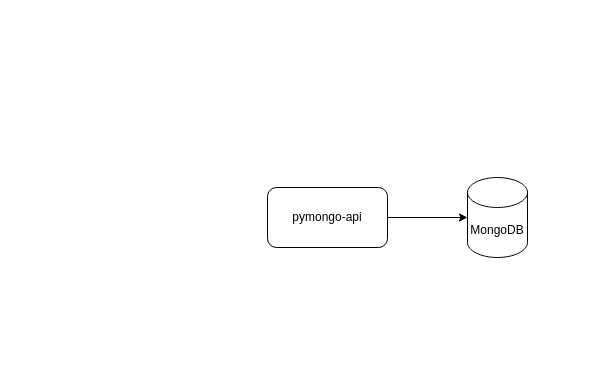
ayakhont/architecture-black_friday keeps this draw.io diagram as docs/task1/first_option.drawio. Above is the earlier version. Source tidied: cells renumbered, new cells numbered last; positions are measured from the earlier drawing's top-left corner, leaving out a move shared by most shapes. Both pictures are drawn from the tidied source at 100%, with x=0, y=0 at pixel (267, 177).
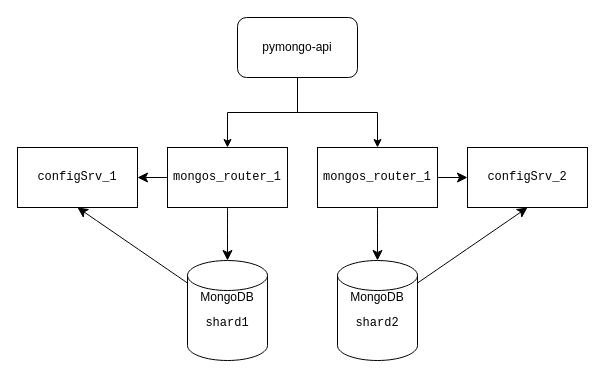
After the change.

What changed in the source:
```diff
@@
 <mxGraphModel>
   <root>
     <mxCell id="0" />
     <mxCell id="1" parent="0" />
+    <mxCell id="5" style="edgeStyle=none;curved=1;rounded=0;jettySize=auto;html=1;entryX=0.5;entryY=1;entryDx=0;entryDy=0;fontSize=12;startSize=8;endSize=8;" parent="1" edge="1" source="2" target="11">
+      <mxGeometry relative="1" as="geometry" />
+    </mxCell>
-    <mxCell id="2" value="MongoDB" style="shape=cylinder3;whiteSpace=wrap;html=1;boundedLbl=1;backgroundOutline=1;size=15;" parent="1" vertex="1">
-      <mxGeometry x="200" width="60" height="80" as="geometry" />
+    <mxCell id="2" value="&lt;div&gt;MongoDB&lt;/div&gt;&lt;div&gt;&lt;pre class=&quot;code-block__code-wrapper&quot;&gt;&lt;code class=&quot;code-block__code bash&quot;&gt;shard1&lt;/code&gt;&lt;/pre&gt;&lt;br&gt;&lt;/div&gt;" style="shape=cylinder3;whiteSpace=wrap;html=1;boundedLbl=1;backgroundOutline=1;size=15;" parent="1" vertex="1">
+      <mxGeometry x="-80" y="83" width="80" height="100" as="geometry" />
     </mxCell>
     <mxCell id="3" value="pymongo-api" style="rounded=1;whiteSpace=wrap;html=1;" parent="1" vertex="1">
-      <mxGeometry y="10" width="120" height="60" as="geometry" />
+      <mxGeometry x="-30" y="-160" width="120" height="60" as="geometry" />
     </mxCell>
-    <mxCell id="4" style="edgeStyle=orthogonalEdgeStyle;rounded=0;jettySize=auto;html=1;exitX=1;exitY=0.5;exitDx=0;exitDy=0;entryX=0;entryY=0.5;entryDx=0;entryDy=0;entryPerimeter=0;" parent="1" edge="1" source="3" target="2">
+    <mxCell id="4" style="edgeStyle=orthogonalEdgeStyle;rounded=0;jettySize=auto;html=1;exitX=0.5;exitY=1;exitDx=0;exitDy=0;entryX=0.5;entryY=0;entryDx=0;entryDy=0;" parent="1" edge="1" source="3" target="7">
       <mxGeometry relative="1" as="geometry" />
     </mxCell>
+    <mxCell id="6" style="edgeStyle=none;curved=1;rounded=0;jettySize=auto;html=1;fontSize=12;startSize=8;endSize=8;" parent="1" edge="1" source="7" target="11">
+      <mxGeometry relative="1" as="geometry" />
+    </mxCell>
+    <mxCell id="7" value="&lt;pre class=&quot;code-block__code-wrapper&quot;&gt;&lt;code class=&quot;code-block__code bash&quot;&gt;mongos_router_1&lt;/code&gt;&lt;/pre&gt;" style="rounded=0;whiteSpace=wrap;html=1;" parent="1" vertex="1">
+      <mxGeometry x="-100" y="-30" width="120" height="60" as="geometry" />
+    </mxCell>
+    <mxCell id="8" style="edgeStyle=none;curved=1;rounded=0;jettySize=auto;html=1;fontSize=12;startSize=8;endSize=8;" parent="1" edge="1" source="9" target="12">
+      <mxGeometry relative="1" as="geometry" />
+    </mxCell>
+    <mxCell id="9" value="&lt;pre class=&quot;code-block__code-wrapper&quot;&gt;&lt;code class=&quot;code-block__code bash&quot;&gt;mongos_router_1&lt;/code&gt;&lt;/pre&gt;" style="rounded=0;whiteSpace=wrap;html=1;" parent="1" vertex="1">
+      <mxGeometry x="50" y="-30" width="120" height="60" as="geometry" />
+    </mxCell>
+    <mxCell id="10" style="edgeStyle=orthogonalEdgeStyle;rounded=0;jettySize=auto;html=1;exitX=0.5;exitY=1;exitDx=0;exitDy=0;" parent="1" edge="1" source="3" target="9">
+      <mxGeometry relative="1" as="geometry" />
+    </mxCell>
+    <mxCell id="11" value="&lt;pre class=&quot;code-block__code-wrapper&quot;&gt;&lt;code class=&quot;code-block__code bash&quot;&gt;configSrv_1&lt;/code&gt;&lt;/pre&gt;" style="rounded=0;whiteSpace=wrap;html=1;" parent="1" vertex="1">
+      <mxGeometry x="-250" y="-30" width="120" height="60" as="geometry" />
+    </mxCell>
+    <mxCell id="12" value="&lt;pre class=&quot;code-block__code-wrapper&quot;&gt;&lt;code class=&quot;code-block__code bash&quot;&gt;configSrv_2&lt;/code&gt;&lt;/pre&gt;" style="rounded=0;whiteSpace=wrap;html=1;" parent="1" vertex="1">
+      <mxGeometry x="200" y="-30" width="120" height="60" as="geometry" />
+    </mxCell>
+    <mxCell id="13" style="edgeStyle=none;curved=1;rounded=0;jettySize=auto;html=1;entryX=0.5;entryY=1;entryDx=0;entryDy=0;fontSize=12;startSize=8;endSize=8;" parent="1" edge="1" source="14" target="12">
+      <mxGeometry relative="1" as="geometry" />
+    </mxCell>
+    <mxCell id="14" value="&lt;div&gt;MongoDB&lt;/div&gt;&lt;div&gt;&lt;pre class=&quot;code-block__code-wrapper&quot;&gt;&lt;code class=&quot;code-block__code bash&quot;&gt;shard2&lt;/code&gt;&lt;/pre&gt;&lt;br&gt;&lt;/div&gt;" style="shape=cylinder3;whiteSpace=wrap;html=1;boundedLbl=1;backgroundOutline=1;size=15;" parent="1" vertex="1">
+      <mxGeometry x="70" y="83" width="80" height="100" as="geometry" />
+    </mxCell>
+    <mxCell id="15" style="edgeStyle=none;curved=1;rounded=0;jettySize=auto;html=1;entryX=0.5;entryY=0;entryDx=0;entryDy=0;entryPerimeter=0;fontSize=12;startSize=8;endSize=8;" parent="1" edge="1" source="7" target="2">
+      <mxGeometry relative="1" as="geometry" />
+    </mxCell>
+    <mxCell id="16" style="edgeStyle=none;curved=1;rounded=0;jettySize=auto;html=1;entryX=0.5;entryY=0;entryDx=0;entryDy=0;entryPerimeter=0;fontSize=12;startSize=8;endSize=8;" parent="1" edge="1" source="9" target="14">
+      <mxGeometry relative="1" as="geometry" />
+    </mxCell>
   </root>
 </mxGraphModel>
```
